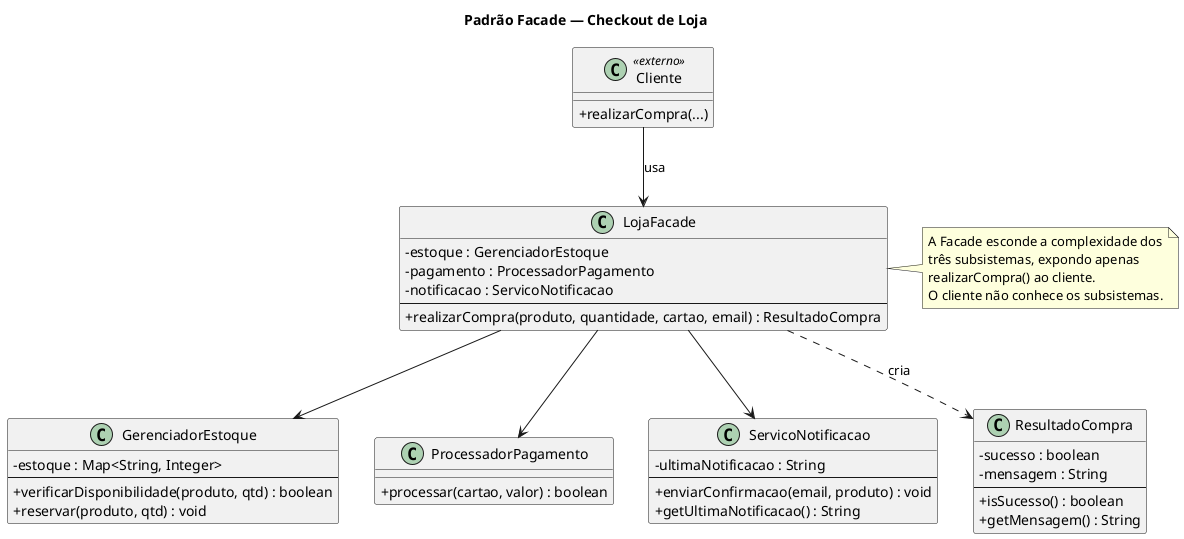
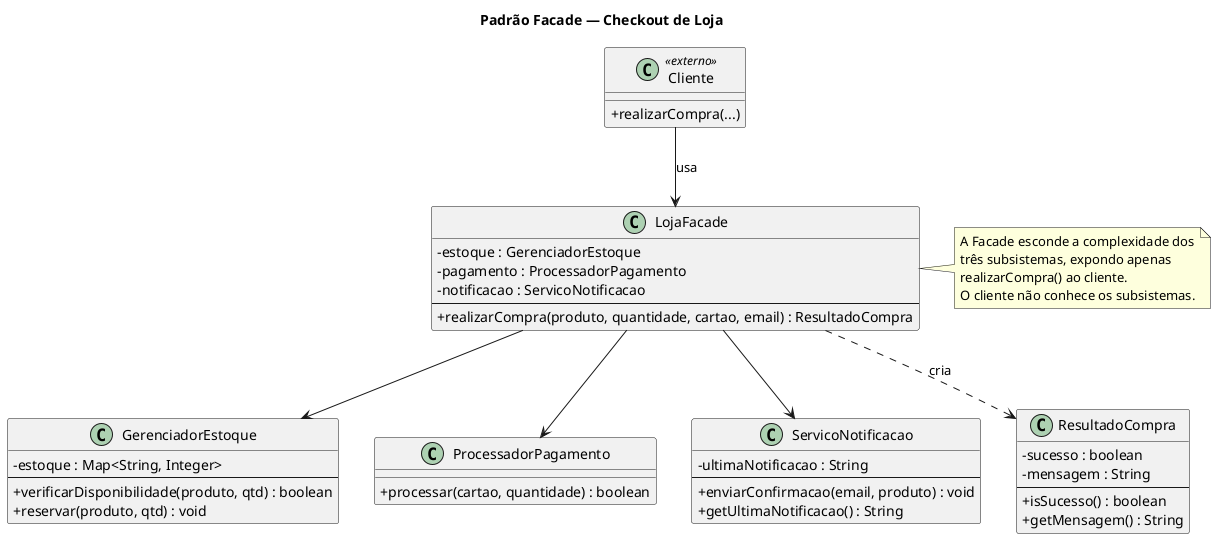
@startuml Facade

skinparam classAttributeIconSize 0
skinparam monochrome false
skinparam shadowing false

title Padrão Facade — Checkout de Loja

' ── Cliente ──
class Cliente <<externo>> {
    + realizarCompra(...)
}

' ── Facade ──
class LojaFacade {
    - estoque : GerenciadorEstoque
    - pagamento : ProcessadorPagamento
    - notificacao : ServicoNotificacao
    --
    + realizarCompra(produto, quantidade, cartao, email) : ResultadoCompra
}

' ── Subsistemas ──
class GerenciadorEstoque {
    - estoque : Map<String, Integer>
    --
    + verificarDisponibilidade(produto, qtd) : boolean
    + reservar(produto, qtd) : void
}

class ProcessadorPagamento {
-     + processar(cartao, valor) : boolean
+     + processar(cartao, quantidade) : boolean
}

class ServicoNotificacao {
    - ultimaNotificacao : String
    --
    + enviarConfirmacao(email, produto) : void
    + getUltimaNotificacao() : String
}

' ── Value Object ──
class ResultadoCompra {
    - sucesso : boolean
    - mensagem : String
    --
    + isSucesso() : boolean
    + getMensagem() : String
}

Cliente --> LojaFacade : usa
LojaFacade --> GerenciadorEstoque
LojaFacade --> ProcessadorPagamento
LojaFacade --> ServicoNotificacao
LojaFacade ..> ResultadoCompra : cria

note right of LojaFacade
  A Facade esconde a complexidade dos
  três subsistemas, expondo apenas
  realizarCompra() ao cliente.
  O cliente não conhece os subsistemas.
end note

@enduml
